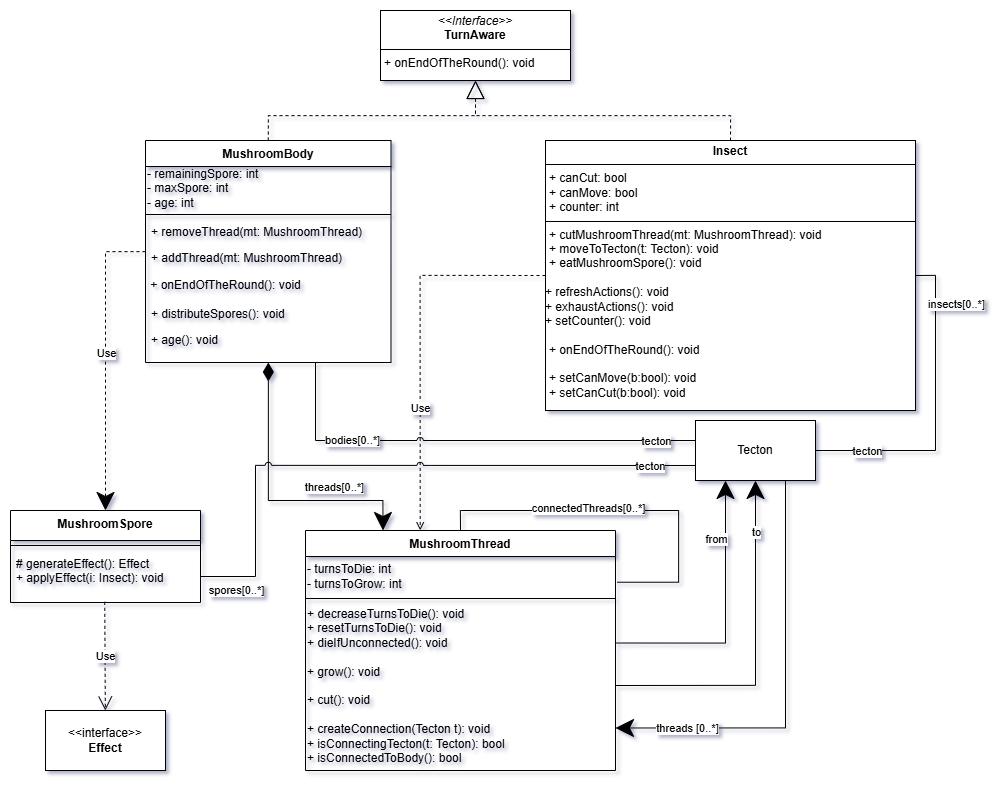
The draw.io diagram diagrams/class/interactables.png in dzsem/projlab, before a commit. Source tidied: cells renumbered, new cells last; positions are measured from the earlier drawing's top-left corner, leaving out a move shared by most shapes.
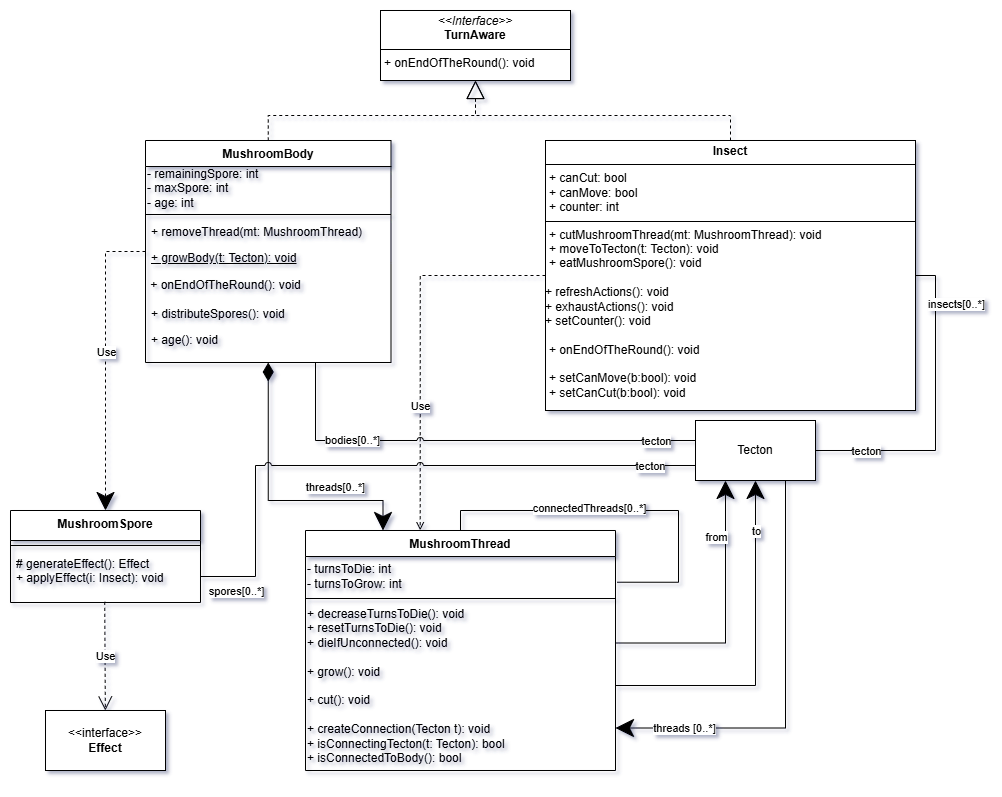
Later version of the same file.

Commit message:
Patch static vars

Change to the diagram source:
```diff
@@ -26,7 +26,7 @@
     <mxCell id="9" value="+ removeThread(mt: MushroomThread)" style="text;strokeColor=none;fillColor=none;align=left;verticalAlign=top;spacingLeft=4;spacingRight=4;overflow=hidden;whiteSpace=wrap;html=1;" parent="6" vertex="1">
       <mxGeometry y="78" width="245.5" height="26" as="geometry" />
     </mxCell>
-    <mxCell id="10" value="+ addThread(mt: MushroomThread)" style="text;strokeColor=none;fillColor=none;align=left;verticalAlign=top;spacingLeft=4;spacingRight=4;overflow=hidden;whiteSpace=wrap;html=1;" parent="6" vertex="1">
+    <mxCell id="10" value="&lt;u&gt;+ growBody(t: Tecton): void&lt;/u&gt;" style="text;strokeColor=none;fillColor=none;align=left;verticalAlign=top;spacingLeft=4;spacingRight=4;overflow=hidden;whiteSpace=wrap;html=1;" parent="6" vertex="1">
       <mxGeometry y="104" width="245.5" height="26" as="geometry" />
     </mxCell>
     <mxCell id="11" value="&lt;div&gt;&amp;nbsp;+ onEndOfTheRound(): void&lt;/div&gt;" style="text;html=1;align=left;verticalAlign=middle;whiteSpace=wrap;rounded=0;" parent="6" vertex="1">
```
